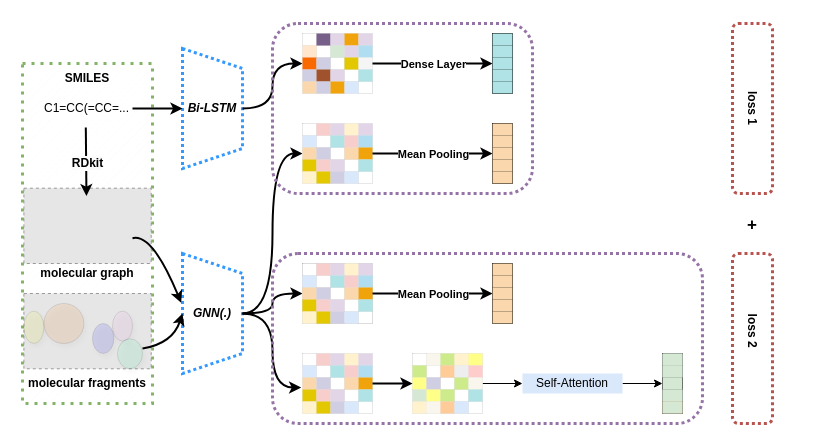
Earlier version of the draw.io diagram 未命名绘图.drawio (cuidi1/Molecules_Dataset_Collection). Source tidied: cells renumbered, new cells numbered last; positions are measured from the earlier drawing's top-left corner, leaving out a move shared by most shapes. Both pictures are drawn from the tidied source at 100%, with x=0, y=0 at pixel (17, 23). Pictures stored in the file or linked from it are replaced by grey dashed boxes.
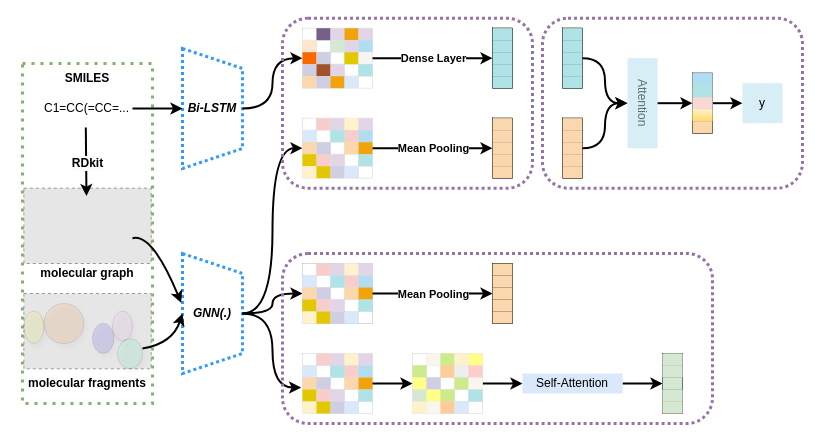
The same diagram, later.

Commit message:
更新未命名绘图.drawio

The change refers to these unchanged cells:
```xml
<mxCell id="208" style="shape=table;startSize=0;childLayout=tableLayout;strokeWidth=0;" parent="1" vertex="1">
  <mxGeometry x="395" y="330" width="70" height="60" as="geometry" />
</mxCell>
<mxCell id="254" value="Self-Attention" style="rounded=0;whiteSpace=wrap;html=1;fillColor=#dae8fc;strokeColor=none;" parent="1" vertex="1">
  <mxGeometry x="505" y="350" width="100" height="20" as="geometry" />
</mxCell>
<mxCell id="260" style="shape=tableRow;horizontal=0;startSize=0;swimlaneHead=0;swimlaneBody=0;strokeColor=#82b366;top=0;left=0;bottom=0;right=0;fillColor=#d5e8d4;points=[[0,0.5],[1,0.5]];portConstraint=eastwest;strokeWidth=0;" parent="255" vertex="1">
  <mxGeometry y="24" width="20" height="12" as="geometry" />
</mxCell>
```

What changed in the source:
```diff
@@
     <mxCell id="57" style="shape=table;startSize=0;childLayout=tableLayout;strokeWidth=0;" parent="1" vertex="1">
-      <mxGeometry x="285" y="100" width="70" height="60" as="geometry" />
+      <mxGeometry x="285" y="94.7" width="70" height="60" as="geometry" />
     </mxCell>
@@
     <mxCell id="121" style="shape=table;startSize=0;childLayout=tableLayout;strokeWidth=1;" parent="1" vertex="1">
-      <mxGeometry x="475" y="100" width="20" height="60" as="geometry" />
+      <mxGeometry x="475" y="94.7" width="20" height="60" as="geometry" />
     </mxCell>
@@
     <mxCell id="163" style="shape=table;startSize=0;childLayout=tableLayout;strokeWidth=0;" parent="1" vertex="1">
-      <mxGeometry x="285" y="10" width="70" height="60" as="geometry" />
+      <mxGeometry x="285" y="4.7" width="70" height="60" as="geometry" />
     </mxCell>
@@
     <mxCell id="196" style="shape=table;startSize=0;childLayout=tableLayout;" parent="1" vertex="1">
-      <mxGeometry x="475" y="10" width="20" height="60" as="geometry" />
+      <mxGeometry x="475" y="4.7" width="20" height="60" as="geometry" />
     </mxCell>
@@
-    <mxCell id="207" style="edgeStyle=orthogonalEdgeStyle;rounded=0;jettySize=auto;html=1;exitX=1;exitY=0.5;exitDx=0;exitDy=0;entryX=0;entryY=0.5;entryDx=0;entryDy=0;" parent="1" edge="1" source="208" target="254">
+    <mxCell id="207" style="edgeStyle=orthogonalEdgeStyle;rounded=0;jettySize=auto;html=1;exitX=1;exitY=0.5;exitDx=0;exitDy=0;entryX=0;entryY=0.5;entryDx=0;entryDy=0;strokeWidth=2;" parent="1" edge="1" source="208" target="254">
       <mxGeometry relative="1" as="geometry" />
     </mxCell>
@@
-    <mxCell id="253" style="edgeStyle=orthogonalEdgeStyle;rounded=0;jettySize=auto;html=1;exitX=1;exitY=0.5;exitDx=0;exitDy=0;entryX=0;entryY=0.5;entryDx=0;entryDy=0;" parent="1" edge="1" source="254" target="260">
+    <mxCell id="253" style="edgeStyle=orthogonalEdgeStyle;rounded=0;jettySize=auto;html=1;exitX=1;exitY=0.5;exitDx=0;exitDy=0;entryX=0;entryY=0.5;entryDx=0;entryDy=0;strokeWidth=2;" parent="1" edge="1" source="254" target="260">
       <mxGeometry relative="1" as="geometry" />
     </mxCell>
@@
     <mxCell id="267" style="rounded=1;whiteSpace=wrap;html=1;fillColor=none;dashed=1;strokeWidth=3;strokeColor=#9673a6;dashPattern=1 1;" parent="1" vertex="1">
-      <mxGeometry x="255" width="260" height="170" as="geometry" />
+      <mxGeometry x="265" y="-5.3" width="250" height="170" as="geometry" />
     </mxCell>
     <mxCell id="268" style="rounded=1;whiteSpace=wrap;html=1;fillColor=none;strokeWidth=3;strokeColor=#9673a6;dashed=1;dashPattern=1 1;" parent="1" vertex="1">
-      <mxGeometry x="255" y="230" width="430" height="170" as="geometry" />
+      <mxGeometry x="265" y="230" width="430" height="170" as="geometry" />
     </mxCell>
-    <mxCell id="269" style="rounded=1;whiteSpace=wrap;html=1;fillColor=none;strokeColor=#b85450;strokeWidth=3;dashed=1;dashPattern=1 1;" parent="1" vertex="1">
-      <mxGeometry x="715" width="40" height="170" as="geometry" />
-    </mxCell>
-    <mxCell id="270" style="rounded=1;whiteSpace=wrap;html=1;fillColor=none;strokeColor=#b85450;strokeWidth=3;dashed=1;dashPattern=1 1;" parent="1" vertex="1">
-      <mxGeometry x="715" y="230" width="40" height="170" as="geometry" />
-    </mxCell>
-    <mxCell id="271" value="&lt;b&gt;&lt;font style=&quot;font-size: 17px;&quot;&gt;+&lt;/font&gt;&lt;/b&gt;" style="text;html=1;strokeColor=none;fillColor=none;align=center;verticalAlign=middle;whiteSpace=wrap;rounded=0;" parent="1" vertex="1">
-      <mxGeometry x="705" y="187.4" width="60" height="30" as="geometry" />
-    </mxCell>
-    <mxCell id="272" value="&lt;b&gt;loss 1&lt;/b&gt;" style="text;html=1;strokeColor=none;fillColor=none;align=center;verticalAlign=middle;whiteSpace=wrap;rounded=0;rotation=90;" parent="1" vertex="1">
-      <mxGeometry x="705" y="70" width="60" height="30" as="geometry" />
-    </mxCell>
-    <mxCell id="273" value="&lt;b&gt;loss 2&lt;/b&gt;" style="text;html=1;strokeColor=none;fillColor=none;align=center;verticalAlign=middle;whiteSpace=wrap;rounded=0;rotation=90;" parent="1" vertex="1">
-      <mxGeometry x="705" y="292.6" width="60" height="30" as="geometry" />
-    </mxCell>
+    <mxCell id="274" style="shape=table;startSize=0;childLayout=tableLayout;strokeWidth=1;" parent="1" vertex="1">
+      <mxGeometry x="545" y="94.7" width="20" height="60" as="geometry" />
+    </mxCell>
+    <mxCell id="275" style="shape=tableRow;horizontal=0;startSize=0;swimlaneHead=0;swimlaneBody=0;strokeColor=inherit;top=0;left=0;bottom=0;right=0;fillColor=none;" parent="274" vertex="1">
+      <mxGeometry width="20" height="12" as="geometry" />
+    </mxCell>
+    <mxCell id="276" style="shape=partialRectangle;html=1;whiteSpace=wrap;strokeColor=#b46504;overflow=hidden;fillColor=#fad7ac;top=0;left=0;bottom=0;right=0;" parent="275" vertex="1">
+      <mxGeometry width="20" height="12" as="geometry" />
+    </mxCell>
+    <mxCell id="277" style="shape=tableRow;horizontal=0;startSize=0;swimlaneHead=0;swimlaneBody=0;strokeColor=inherit;top=0;left=0;bottom=0;right=0;fillColor=none;" parent="274" vertex="1">
+      <mxGeometry y="12" width="20" height="12" as="geometry" />
+    </mxCell>
+    <mxCell id="278" style="shape=partialRectangle;html=1;whiteSpace=wrap;strokeColor=#b46504;overflow=hidden;fillColor=#fad7ac;top=0;left=0;bottom=0;right=0;" parent="277" vertex="1">
+      <mxGeometry width="20" height="12" as="geometry" />
+    </mxCell>
+    <mxCell id="279" style="shape=tableRow;horizontal=0;startSize=0;swimlaneHead=0;swimlaneBody=0;strokeColor=#b46504;top=0;left=0;bottom=0;right=0;fillColor=#fad7ac;points=[[0,0.5],[1,0.5]];portConstraint=eastwest;strokeWidth=0;" parent="274" vertex="1">
+      <mxGeometry y="24" width="20" height="12" as="geometry" />
+    </mxCell>
+    <mxCell id="280" style="shape=partialRectangle;html=1;whiteSpace=wrap;strokeColor=inherit;overflow=hidden;fillColor=none;top=0;left=0;bottom=0;right=0;" parent="279" vertex="1">
+      <mxGeometry width="20" height="12" as="geometry" />
+    </mxCell>
+    <mxCell id="281" style="shape=tableRow;horizontal=0;startSize=0;swimlaneHead=0;swimlaneBody=0;strokeColor=inherit;top=0;left=0;bottom=0;right=0;fillColor=none;" parent="274" vertex="1">
+      <mxGeometry y="36" width="20" height="12" as="geometry" />
+    </mxCell>
+    <mxCell id="282" style="shape=partialRectangle;html=1;whiteSpace=wrap;strokeColor=#b46504;overflow=hidden;fillColor=#fad7ac;top=0;left=0;bottom=0;right=0;" parent="281" vertex="1">
+      <mxGeometry width="20" height="12" as="geometry" />
+    </mxCell>
+    <mxCell id="283" style="shape=tableRow;horizontal=0;startSize=0;swimlaneHead=0;swimlaneBody=0;strokeColor=#b46504;top=0;left=0;bottom=0;right=0;fillColor=#fad7ac;" parent="274" vertex="1">
+      <mxGeometry y="48" width="20" height="12" as="geometry" />
+    </mxCell>
+    <mxCell id="284" style="shape=partialRectangle;html=1;whiteSpace=wrap;strokeColor=inherit;overflow=hidden;fillColor=none;top=0;left=0;bottom=0;right=0;" parent="283" vertex="1">
+      <mxGeometry width="20" height="12" as="geometry" />
+    </mxCell>
+    <mxCell id="285" style="shape=table;startSize=0;childLayout=tableLayout;" parent="1" vertex="1">
+      <mxGeometry x="545" y="4.7" width="20" height="60" as="geometry" />
+    </mxCell>
+    <mxCell id="286" style="shape=tableRow;horizontal=0;startSize=0;swimlaneHead=0;swimlaneBody=0;strokeColor=inherit;top=0;left=0;bottom=0;right=0;fillColor=none;" parent="285" vertex="1">
+      <mxGeometry width="20" height="12" as="geometry" />
+    </mxCell>
+    <mxCell id="287" style="shape=partialRectangle;html=1;whiteSpace=wrap;strokeColor=#0e8088;overflow=hidden;fillColor=#b0e3e6;top=0;left=0;bottom=0;right=0;" parent="286" vertex="1">
+      <mxGeometry width="20" height="12" as="geometry" />
+    </mxCell>
+    <mxCell id="288" style="shape=tableRow;horizontal=0;startSize=0;swimlaneHead=0;swimlaneBody=0;strokeColor=inherit;top=0;left=0;bottom=0;right=0;fillColor=none;" parent="285" vertex="1">
+      <mxGeometry y="12" width="20" height="12" as="geometry" />
+    </mxCell>
+    <mxCell id="289" style="shape=partialRectangle;html=1;whiteSpace=wrap;strokeColor=#0e8088;overflow=hidden;fillColor=#b0e3e6;top=0;left=0;bottom=0;right=0;" parent="288" vertex="1">
+      <mxGeometry width="20" height="12" as="geometry" />
+    </mxCell>
+    <mxCell id="290" style="shape=tableRow;horizontal=0;startSize=0;swimlaneHead=0;swimlaneBody=0;strokeColor=#0e8088;top=0;left=0;bottom=0;right=0;fillColor=#b0e3e6;points=[[0,0.5],[1,0.5]];portConstraint=eastwest;" parent="285" vertex="1">
+      <mxGeometry y="24" width="20" height="12" as="geometry" />
+    </mxCell>
+    <mxCell id="291" style="shape=partialRectangle;html=1;whiteSpace=wrap;strokeColor=inherit;overflow=hidden;fillColor=none;top=0;left=0;bottom=0;right=0;" parent="290" vertex="1">
+      <mxGeometry width="20" height="12" as="geometry" />
+    </mxCell>
+    <mxCell id="292" style="shape=tableRow;horizontal=0;startSize=0;swimlaneHead=0;swimlaneBody=0;strokeColor=#0e8088;top=0;left=0;bottom=0;right=0;fillColor=#b0e3e6;" parent="285" vertex="1">
+      <mxGeometry y="36" width="20" height="12" as="geometry" />
+    </mxCell>
+    <mxCell id="293" style="shape=partialRectangle;html=1;whiteSpace=wrap;strokeColor=inherit;overflow=hidden;fillColor=none;top=0;left=0;bottom=0;right=0;" parent="292" vertex="1">
+      <mxGeometry width="20" height="12" as="geometry" />
+    </mxCell>
+    <mxCell id="294" style="shape=tableRow;horizontal=0;startSize=0;swimlaneHead=0;swimlaneBody=0;strokeColor=inherit;top=0;left=0;bottom=0;right=0;fillColor=none;" parent="285" vertex="1">
+      <mxGeometry y="48" width="20" height="12" as="geometry" />
+    </mxCell>
+    <mxCell id="295" style="shape=partialRectangle;html=1;whiteSpace=wrap;strokeColor=#0e8088;overflow=hidden;fillColor=#b0e3e6;top=0;left=0;bottom=0;right=0;" parent="294" vertex="1">
+      <mxGeometry width="20" height="12" as="geometry" />
+    </mxCell>
+    <mxCell id="296" style="edgeStyle=orthogonalEdgeStyle;rounded=0;jettySize=auto;html=1;exitX=1;exitY=0.5;exitDx=0;exitDy=0;entryX=0.5;entryY=1;entryDx=0;entryDy=0;strokeWidth=2;" parent="1" edge="1" source="297">
+      <mxGeometry relative="1" as="geometry">
+        <mxPoint x="725" y="79.7" as="targetPoint" />
+      </mxGeometry>
+    </mxCell>
+    <mxCell id="297" style="shape=table;startSize=0;childLayout=tableLayout;strokeWidth=1;" parent="1" vertex="1">
+      <mxGeometry x="675" y="49.7" width="20" height="60" as="geometry" />
+    </mxCell>
+    <mxCell id="298" style="shape=tableRow;horizontal=0;startSize=0;swimlaneHead=0;swimlaneBody=0;strokeColor=#0e8088;top=0;left=0;bottom=0;right=0;fillColor=#b0e3e6;" parent="297" vertex="1">
+      <mxGeometry width="20" height="12" as="geometry" />
+    </mxCell>
+    <mxCell id="299" style="shape=partialRectangle;html=1;whiteSpace=wrap;strokeColor=#10739e;overflow=hidden;fillColor=#b1ddf0;top=0;left=0;bottom=0;right=0;" parent="298" vertex="1">
+      <mxGeometry width="20" height="12" as="geometry" />
+    </mxCell>
+    <mxCell id="300" style="shape=tableRow;horizontal=0;startSize=0;swimlaneHead=0;swimlaneBody=0;strokeColor=#b46504;top=0;left=0;bottom=0;right=0;fillColor=#fad7ac;strokeWidth=0;" parent="297" vertex="1">
+      <mxGeometry y="12" width="20" height="12" as="geometry" />
+    </mxCell>
+    <mxCell id="301" style="shape=partialRectangle;html=1;whiteSpace=wrap;strokeColor=#0e8088;overflow=hidden;fillColor=#b0e3e6;top=0;left=0;bottom=0;right=0;" parent="300" vertex="1">
+      <mxGeometry width="20" height="12" as="geometry" />
+    </mxCell>
+    <mxCell id="302" style="shape=tableRow;horizontal=0;startSize=0;swimlaneHead=0;swimlaneBody=0;strokeColor=#10739e;top=0;left=0;bottom=0;right=0;fillColor=#b1ddf0;" parent="297" vertex="1">
+      <mxGeometry y="24" width="20" height="12" as="geometry" />
+    </mxCell>
+    <mxCell id="303" style="shape=partialRectangle;html=1;whiteSpace=wrap;strokeColor=#ae4132;overflow=hidden;fillColor=#fad9d5;top=0;left=0;bottom=0;right=0;" parent="302" vertex="1">
+      <mxGeometry width="20" height="12" as="geometry" />
+    </mxCell>
+    <mxCell id="304" style="shape=tableRow;horizontal=0;startSize=0;swimlaneHead=0;swimlaneBody=0;strokeColor=#b46504;top=0;left=0;bottom=0;right=0;fillColor=#fad7ac;" parent="297" vertex="1">
+      <mxGeometry y="36" width="20" height="12" as="geometry" />
+    </mxCell>
+    <mxCell id="305" style="shape=partialRectangle;html=1;whiteSpace=wrap;strokeColor=#d6b656;overflow=hidden;fillColor=#fff2cc;top=0;left=0;bottom=0;right=0;gradientColor=#ffd966;" parent="304" vertex="1">
+      <mxGeometry width="20" height="12" as="geometry" />
+    </mxCell>
+    <mxCell id="306" style="shape=tableRow;horizontal=0;startSize=0;swimlaneHead=0;swimlaneBody=0;strokeColor=inherit;top=0;left=0;bottom=0;right=0;fillColor=none;" parent="297" vertex="1">
+      <mxGeometry y="48" width="20" height="12" as="geometry" />
+    </mxCell>
+    <mxCell id="307" style="shape=partialRectangle;html=1;whiteSpace=wrap;strokeColor=#b46504;overflow=hidden;fillColor=#fad7ac;top=0;left=0;bottom=0;right=0;" parent="306" vertex="1">
+      <mxGeometry width="20" height="12" as="geometry" />
+    </mxCell>
+    <mxCell id="308" style="edgeStyle=orthogonalEdgeStyle;rounded=0;jettySize=auto;html=1;exitX=0.5;exitY=0;exitDx=0;exitDy=0;entryX=0;entryY=0.5;entryDx=0;entryDy=0;strokeWidth=2;" parent="1" edge="1" source="309" target="297">
+      <mxGeometry relative="1" as="geometry" />
+    </mxCell>
+    <mxCell id="309" value="Attention" style="text;html=1;strokeColor=none;fillColor=none;align=center;verticalAlign=middle;whiteSpace=wrap;rounded=0;rotation=90;" parent="1" vertex="1">
+      <mxGeometry x="595" y="64.7" width="60" height="30" as="geometry" />
+    </mxCell>
+    <mxCell id="310" style="rounded=0;whiteSpace=wrap;html=1;fillColor=#b1ddf0;strokeColor=none;direction=south;opacity=50;" parent="1" vertex="1">
+      <mxGeometry x="610" y="34.7" width="30" height="90" as="geometry" />
+    </mxCell>
+    <mxCell id="311" style="edgeStyle=orthogonalEdgeStyle;jettySize=auto;html=1;exitX=1;exitY=0.5;exitDx=0;exitDy=0;entryX=0.5;entryY=1;entryDx=0;entryDy=0;curved=1;strokeWidth=2;" parent="1" edge="1" source="290" target="309">
+      <mxGeometry relative="1" as="geometry" />
+    </mxCell>
+    <mxCell id="312" style="edgeStyle=orthogonalEdgeStyle;jettySize=auto;html=1;exitX=1;exitY=0.5;exitDx=0;exitDy=0;entryX=0.5;entryY=1;entryDx=0;entryDy=0;curved=1;strokeWidth=2;" parent="1" edge="1" source="279" target="309">
+      <mxGeometry relative="1" as="geometry" />
+    </mxCell>
+    <mxCell id="313" value="y" style="rounded=0;whiteSpace=wrap;html=1;fillColor=#b1ddf0;strokeColor=none;direction=south;opacity=50;" parent="1" vertex="1">
+      <mxGeometry x="725" y="59.7" width="40" height="40" as="geometry" />
+    </mxCell>
+    <mxCell id="314" style="rounded=1;whiteSpace=wrap;html=1;fillColor=none;dashed=1;strokeWidth=3;strokeColor=#9673a6;dashPattern=1 1;" parent="1" vertex="1">
+      <mxGeometry x="525" y="-5.3" width="260" height="170" as="geometry" />
+    </mxCell>
```
